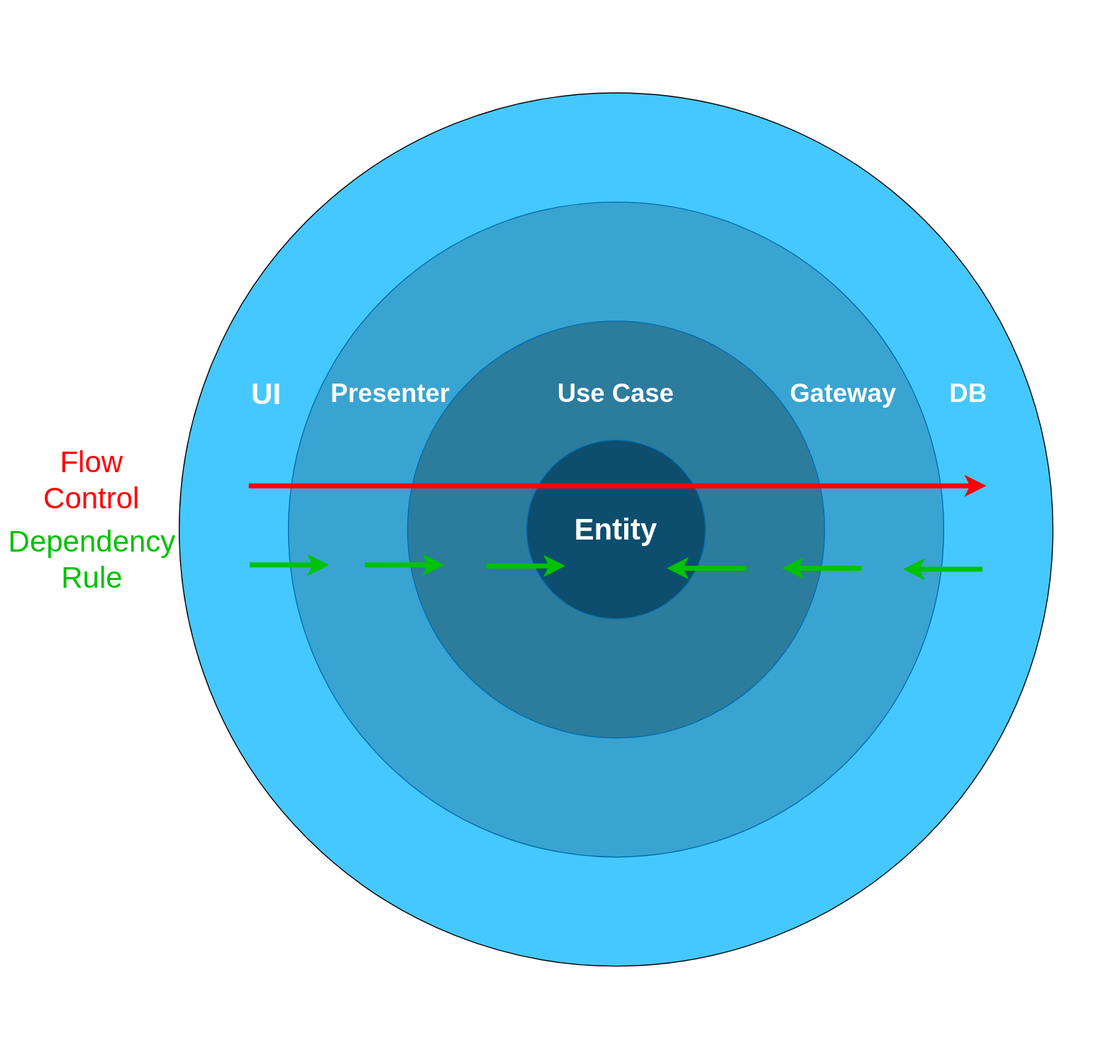
Earlier version of the draw.io export diagrams/images/caFlowControlDependencyRule.svg (AlexanderLapygin/dependency-inversion-slides). Source tidied: cells renumbered, new cells last; positions are measured from the earlier drawing's top-left corner, leaving out a move shared by most shapes.
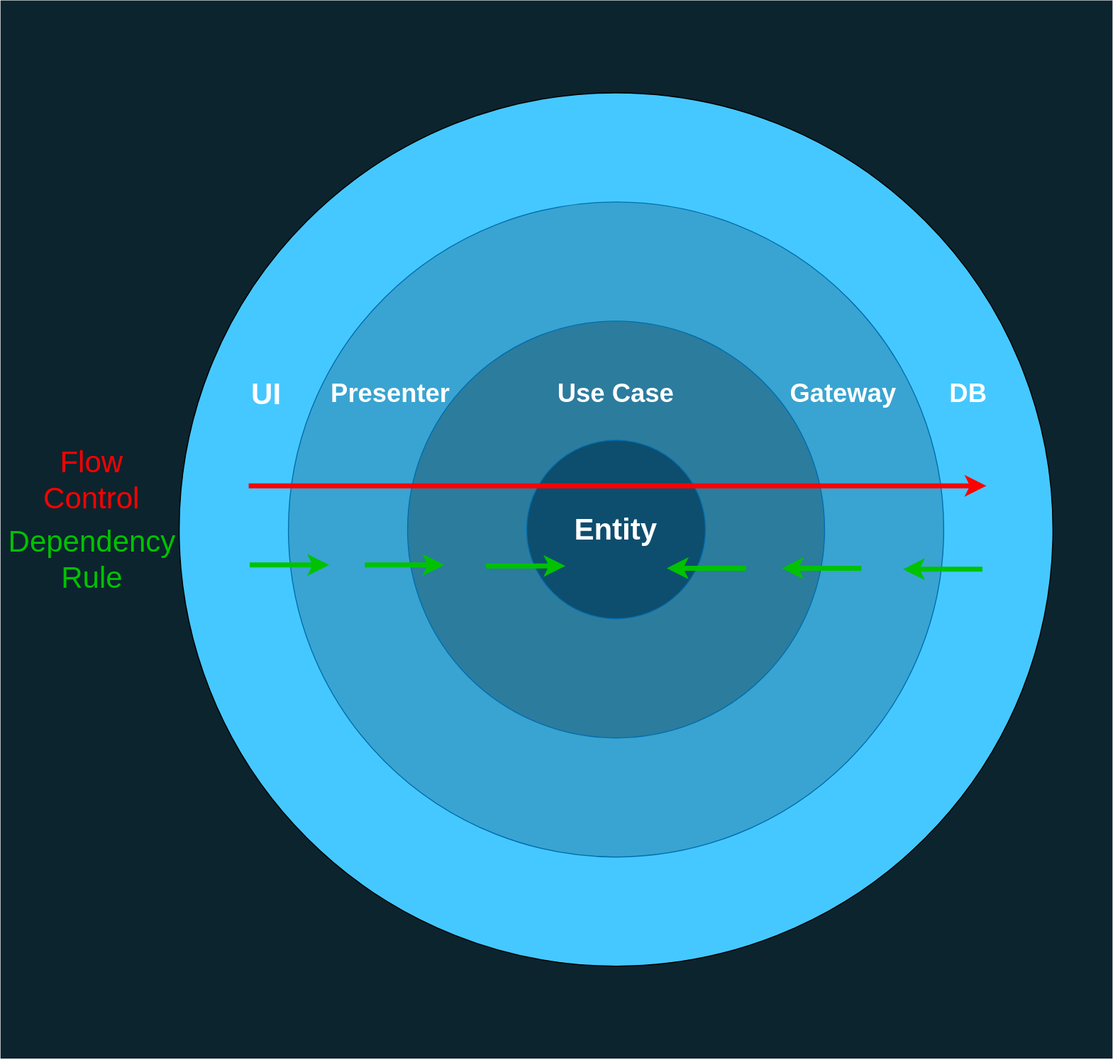
Later version of the same file.

The edit, as a diff of the source:
```diff
@@ -2,7 +2,7 @@
   <root>
     <mxCell id="0" />
     <mxCell id="1" parent="0" />
-    <mxCell id="2" style="rounded=0;whiteSpace=wrap;html=1;fillColor=none;fontSize=30;fontColor=#FFFFFF;strokeColor=none;" parent="1" vertex="1">
+    <mxCell id="2" style="rounded=0;whiteSpace=wrap;html=1;fillColor=#0C242E;fontSize=30;fontColor=#FFFFFF;strokeColor=none;" parent="1" vertex="1">
       <mxGeometry y="-0.1" width="1120" height="1066.2" as="geometry" />
     </mxCell>
     <mxCell id="3" style="ellipse;whiteSpace=wrap;html=1;fillColor=#45C8FF;fontSize=30;labelPosition=center;verticalLabelPosition=top;align=center;verticalAlign=bottom;" parent="1" vertex="1">
```
